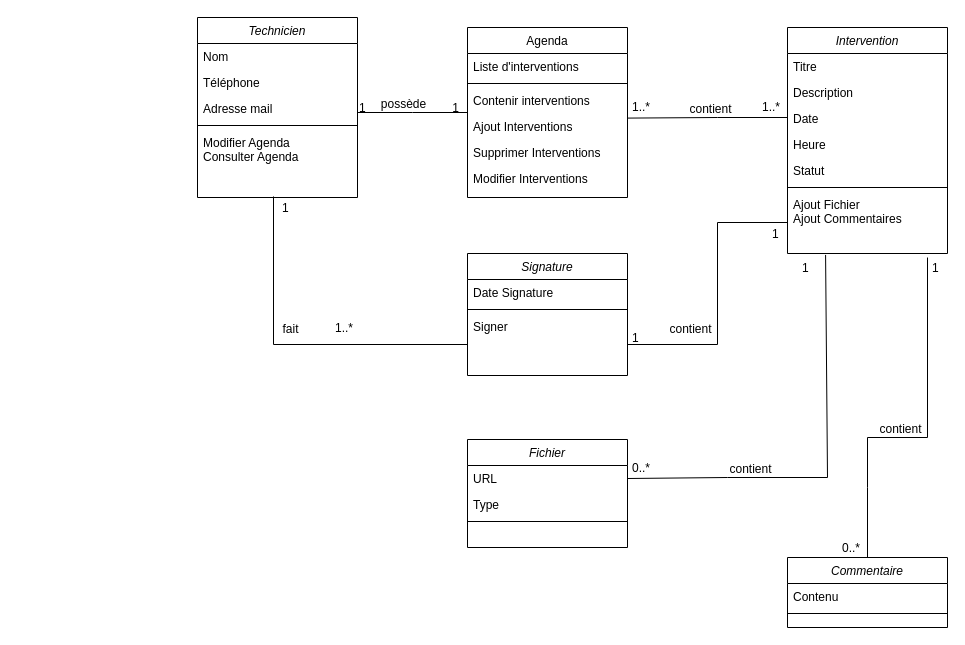
This is Diagramme de classe TechPlan.drawio from KCBento/techplan, a draw.io file, before an edit. Source tidied: cells renumbered, new cells numbered last; positions are measured from the earlier drawing's top-left corner, leaving out a move shared by most shapes. Both pictures are drawn from the tidied source at 100%, with x=0, y=0 at pixel (17, 17).
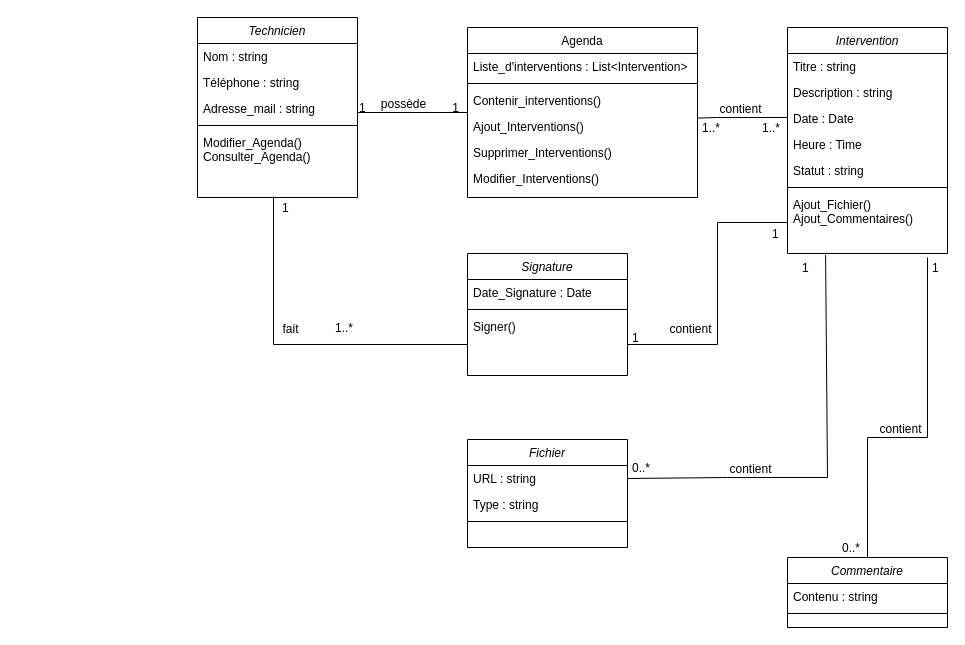
After the change.

Commit message:
Modify UML classe

The change refers to these unchanged cells:
```xml
<mxCell id="2" value="Technicien" style="swimlane;fontStyle=2;align=center;verticalAlign=top;horizontal=1;startSize=26;rounded=0;shadow=0;strokeWidth=1;" parent="1" vertex="1">
  <mxGeometry x="180" width="160" height="180" as="geometry" />
</mxCell>
<mxCell id="20" value="Intervention" style="swimlane;fontStyle=2;align=center;verticalAlign=top;horizontal=1;startSize=26;rounded=0;shadow=0;strokeWidth=1;" parent="1" vertex="1">
  <mxGeometry x="770" y="10" width="160" height="226" as="geometry" />
</mxCell>
<mxCell id="32" value="Fichier" style="swimlane;fontStyle=2;align=center;verticalAlign=top;horizontal=1;startSize=26;rounded=0;shadow=0;strokeWidth=1;" parent="1" vertex="1">
  <mxGeometry x="450" y="422" width="160" height="108" as="geometry" />
</mxCell>
<mxCell id="37" value="Commentaire" style="swimlane;fontStyle=2;align=center;verticalAlign=top;horizontal=1;startSize=26;rounded=0;shadow=0;strokeWidth=1;" parent="1" vertex="1">
  <mxGeometry x="770" y="540" width="160" height="70" as="geometry" />
</mxCell>
<mxCell id="40" value="Signature" style="swimlane;fontStyle=2;align=center;verticalAlign=top;horizontal=1;startSize=26;rounded=0;shadow=0;strokeWidth=1;" parent="1" vertex="1">
  <mxGeometry x="450" y="236" width="160" height="122" as="geometry" />
</mxCell>
```

Change to the diagram source:
```diff
@@
-    <mxCell id="3" value="Nom" style="text;align=left;verticalAlign=top;spacingLeft=4;spacingRight=4;overflow=hidden;" parent="2" vertex="1">
+    <mxCell id="3" value="Nom : string" style="text;align=left;verticalAlign=top;spacingLeft=4;spacingRight=4;overflow=hidden;" parent="2" vertex="1">
       <mxGeometry y="26" width="160" height="26" as="geometry" />
     </mxCell>
-    <mxCell id="4" value="Téléphone" style="text;align=left;verticalAlign=top;spacingLeft=4;spacingRight=4;overflow=hidden;rounded=0;shadow=0;html=0;" parent="2" vertex="1">
+    <mxCell id="4" value="Téléphone : string" style="text;align=left;verticalAlign=top;spacingLeft=4;spacingRight=4;overflow=hidden;rounded=0;shadow=0;html=0;" parent="2" vertex="1">
       <mxGeometry y="52" width="160" height="26" as="geometry" />
     </mxCell>
-    <mxCell id="5" value="Adresse mail" style="text;align=left;verticalAlign=top;spacingLeft=4;spacingRight=4;overflow=hidden;rounded=0;shadow=0;html=0;" parent="2" vertex="1">
+    <mxCell id="5" value="Adresse_mail : string" style="text;align=left;verticalAlign=top;spacingLeft=4;spacingRight=4;overflow=hidden;rounded=0;shadow=0;html=0;" parent="2" vertex="1">
       <mxGeometry y="78" width="160" height="26" as="geometry" />
     </mxCell>
@@
-    <mxCell id="7" value="Modifier Agenda&#10;Consulter Agenda" style="text;align=left;verticalAlign=top;spacingLeft=4;spacingRight=4;overflow=hidden;points=[[0,0.5],[1,0.5]];portConstraint=eastwest;" parent="2" vertex="1">
+    <mxCell id="7" value="Modifier_Agenda()&#10;Consulter_Agenda()" style="text;align=left;verticalAlign=top;spacingLeft=4;spacingRight=4;overflow=hidden;points=[[0,0.5],[1,0.5]];portConstraint=eastwest;" parent="2" vertex="1">
       <mxGeometry y="112" width="160" height="68" as="geometry" />
     </mxCell>
     <mxCell id="8" value="Agenda" style="swimlane;fontStyle=0;align=center;verticalAlign=top;horizontal=1;startSize=26;rounded=0;shadow=0;strokeWidth=1;" parent="1" vertex="1">
-      <mxGeometry x="450" y="10" width="160" height="170" as="geometry" />
+      <mxGeometry x="450" y="10" width="230" height="170" as="geometry" />
     </mxCell>
-    <mxCell id="9" value="Liste d'interventions" style="text;align=left;verticalAlign=top;spacingLeft=4;spacingRight=4;overflow=hidden;" parent="8" vertex="1">
-      <mxGeometry y="26" width="160" height="26" as="geometry" />
+    <mxCell id="9" value="Liste_d'interventions : List&lt;Intervention&gt;" style="text;align=left;verticalAlign=top;spacingLeft=4;spacingRight=4;overflow=hidden;" parent="8" vertex="1">
+      <mxGeometry y="26" width="230" height="26" as="geometry" />
     </mxCell>
     <mxCell id="10" style="line;html=1;strokeWidth=1;align=left;verticalAlign=middle;spacingTop=-1;spacingLeft=3;spacingRight=3;labelPosition=right;" parent="8" vertex="1">
-      <mxGeometry y="52" width="160" height="8" as="geometry" />
+      <mxGeometry y="52" width="230" height="8" as="geometry" />
     </mxCell>
-    <mxCell id="11" value="Contenir interventions" style="text;align=left;verticalAlign=top;spacingLeft=4;spacingRight=4;overflow=hidden;points=[[0,0.5],[1,0.5]];portConstraint=eastwest;" parent="8" vertex="1">
-      <mxGeometry y="60" width="160" height="26" as="geometry" />
+    <mxCell id="11" value="Contenir_interventions()" style="text;align=left;verticalAlign=top;spacingLeft=4;spacingRight=4;overflow=hidden;points=[[0,0.5],[1,0.5]];portConstraint=eastwest;" parent="8" vertex="1">
+      <mxGeometry y="60" width="230" height="26" as="geometry" />
     </mxCell>
-    <mxCell id="12" value="Ajout Interventions" style="text;align=left;verticalAlign=top;spacingLeft=4;spacingRight=4;overflow=hidden;" parent="8" vertex="1">
-      <mxGeometry y="86" width="160" height="26" as="geometry" />
+    <mxCell id="12" value="Ajout_Interventions()" style="text;align=left;verticalAlign=top;spacingLeft=4;spacingRight=4;overflow=hidden;" parent="8" vertex="1">
+      <mxGeometry y="86" width="230" height="26" as="geometry" />
     </mxCell>
-    <mxCell id="13" value="Supprimer Interventions" style="text;align=left;verticalAlign=top;spacingLeft=4;spacingRight=4;overflow=hidden;" parent="8" vertex="1">
-      <mxGeometry y="112" width="160" height="26" as="geometry" />
+    <mxCell id="13" value="Supprimer_Interventions()" style="text;align=left;verticalAlign=top;spacingLeft=4;spacingRight=4;overflow=hidden;" parent="8" vertex="1">
+      <mxGeometry y="112" width="230" height="26" as="geometry" />
     </mxCell>
-    <mxCell id="14" value="Modifier Interventions" style="text;align=left;verticalAlign=top;spacingLeft=4;spacingRight=4;overflow=hidden;" parent="8" vertex="1">
-      <mxGeometry y="138" width="160" height="26" as="geometry" />
+    <mxCell id="14" value="Modifier_Interventions()" style="text;align=left;verticalAlign=top;spacingLeft=4;spacingRight=4;overflow=hidden;" parent="8" vertex="1">
+      <mxGeometry y="138" width="230" height="26" as="geometry" />
     </mxCell>
@@
-    <mxCell id="21" value="Titre" style="text;align=left;verticalAlign=top;spacingLeft=4;spacingRight=4;overflow=hidden;" parent="20" vertex="1">
+    <mxCell id="21" value="Titre : string" style="text;align=left;verticalAlign=top;spacingLeft=4;spacingRight=4;overflow=hidden;" parent="20" vertex="1">
       <mxGeometry y="26" width="160" height="26" as="geometry" />
     </mxCell>
-    <mxCell id="22" value="Description" style="text;align=left;verticalAlign=top;spacingLeft=4;spacingRight=4;overflow=hidden;" parent="20" vertex="1">
+    <mxCell id="22" value="Description : string" style="text;align=left;verticalAlign=top;spacingLeft=4;spacingRight=4;overflow=hidden;" parent="20" vertex="1">
       <mxGeometry y="52" width="160" height="26" as="geometry" />
     </mxCell>
-    <mxCell id="23" value="Date" style="text;align=left;verticalAlign=top;spacingLeft=4;spacingRight=4;overflow=hidden;rounded=0;shadow=0;html=0;" parent="20" vertex="1">
+    <mxCell id="23" value="Date : Date" style="text;align=left;verticalAlign=top;spacingLeft=4;spacingRight=4;overflow=hidden;rounded=0;shadow=0;html=0;" parent="20" vertex="1">
       <mxGeometry y="78" width="160" height="26" as="geometry" />
     </mxCell>
-    <mxCell id="24" value="Heure" style="text;align=left;verticalAlign=top;spacingLeft=4;spacingRight=4;overflow=hidden;rounded=0;shadow=0;html=0;" parent="20" vertex="1">
+    <mxCell id="24" value="Heure : Time" style="text;align=left;verticalAlign=top;spacingLeft=4;spacingRight=4;overflow=hidden;rounded=0;shadow=0;html=0;" parent="20" vertex="1">
       <mxGeometry y="104" width="160" height="26" as="geometry" />
     </mxCell>
-    <mxCell id="25" value="Statut" style="text;align=left;verticalAlign=top;spacingLeft=4;spacingRight=4;overflow=hidden;rounded=0;shadow=0;html=0;" parent="20" vertex="1">
+    <mxCell id="25" value="Statut : string" style="text;align=left;verticalAlign=top;spacingLeft=4;spacingRight=4;overflow=hidden;rounded=0;shadow=0;html=0;" parent="20" vertex="1">
       <mxGeometry y="130" width="160" height="26" as="geometry" />
     </mxCell>
@@
-    <mxCell id="27" value="Ajout Fichier&#10;Ajout Commentaires&#10;" style="text;align=left;verticalAlign=top;spacingLeft=4;spacingRight=4;overflow=hidden;points=[[0,0.5],[1,0.5]];portConstraint=eastwest;" parent="20" vertex="1">
+    <mxCell id="27" value="Ajout_Fichier()&#10;Ajout_Commentaires()&#10;" style="text;align=left;verticalAlign=top;spacingLeft=4;spacingRight=4;overflow=hidden;points=[[0,0.5],[1,0.5]];portConstraint=eastwest;" parent="20" vertex="1">
       <mxGeometry y="164" width="160" height="62" as="geometry" />
     </mxCell>
     <mxCell id="28" value="1..*" style="align=left;verticalAlign=bottom;labelBackgroundColor=none;fontSize=12;" parent="1" vertex="1">
-      <mxGeometry x="350" y="109" as="geometry">
+      <mxGeometry x="420" y="130" as="geometry">
         <mxPoint x="263" y="-11" as="offset" />
       </mxGeometry>
     </mxCell>
     <mxCell id="29" value="1..*" style="align=left;verticalAlign=bottom;labelBackgroundColor=none;fontSize=12;" parent="1" vertex="1">
-      <mxGeometry x="480" y="109" as="geometry">
+      <mxGeometry x="480" y="130" as="geometry">
         <mxPoint x="263" y="-11" as="offset" />
       </mxGeometry>
     </mxCell>
     <mxCell id="30" value="contient" style="text;html=1;align=center;verticalAlign=middle;labelBackgroundColor=none;rounded=0;shadow=0;strokeWidth=1;fontSize=12;" parent="1" vertex="1">
-      <mxGeometry x="640" y="70" as="geometry">
+      <mxGeometry x="670" y="70" as="geometry">
         <mxPoint x="52" y="21" as="offset" />
       </mxGeometry>
     </mxCell>
@@
-    <mxCell id="33" value="URL&#10;&#10;" style="text;align=left;verticalAlign=top;spacingLeft=4;spacingRight=4;overflow=hidden;points=[[0,0.5],[1,0.5]];portConstraint=eastwest;" parent="32" vertex="1">
+    <mxCell id="33" value="URL : string" style="text;align=left;verticalAlign=top;spacingLeft=4;spacingRight=4;overflow=hidden;points=[[0,0.5],[1,0.5]];portConstraint=eastwest;" parent="32" vertex="1">
       <mxGeometry y="26" width="160" height="26" as="geometry" />
     </mxCell>
-    <mxCell id="34" value="Type" style="text;align=left;verticalAlign=top;spacingLeft=4;spacingRight=4;overflow=hidden;" parent="32" vertex="1">
+    <mxCell id="34" value="Type : string" style="text;align=left;verticalAlign=top;spacingLeft=4;spacingRight=4;overflow=hidden;" parent="32" vertex="1">
       <mxGeometry y="52" width="160" height="26" as="geometry" />
     </mxCell>
@@
-    <mxCell id="38" value="Contenu" style="text;align=left;verticalAlign=top;spacingLeft=4;spacingRight=4;overflow=hidden;" parent="37" vertex="1">
+    <mxCell id="38" value="Contenu : string" style="text;align=left;verticalAlign=top;spacingLeft=4;spacingRight=4;overflow=hidden;" parent="37" vertex="1">
       <mxGeometry y="26" width="160" height="26" as="geometry" />
     </mxCell>
@@
-    <mxCell id="41" value="Date Signature" style="text;align=left;verticalAlign=top;spacingLeft=4;spacingRight=4;overflow=hidden;rounded=0;shadow=0;html=0;" parent="40" vertex="1">
+    <mxCell id="41" value="Date_Signature : Date" style="text;align=left;verticalAlign=top;spacingLeft=4;spacingRight=4;overflow=hidden;rounded=0;shadow=0;html=0;" parent="40" vertex="1">
       <mxGeometry y="26" width="160" height="26" as="geometry" />
     </mxCell>
@@
-    <mxCell id="43" value="Signer" style="text;align=left;verticalAlign=top;spacingLeft=4;spacingRight=4;overflow=hidden;points=[[0,0.5],[1,0.5]];portConstraint=eastwest;" parent="40" vertex="1">
+    <mxCell id="43" value="Signer()" style="text;align=left;verticalAlign=top;spacingLeft=4;spacingRight=4;overflow=hidden;points=[[0,0.5],[1,0.5]];portConstraint=eastwest;" parent="40" vertex="1">
       <mxGeometry y="60" width="160" height="62" as="geometry" />
     </mxCell>
```
